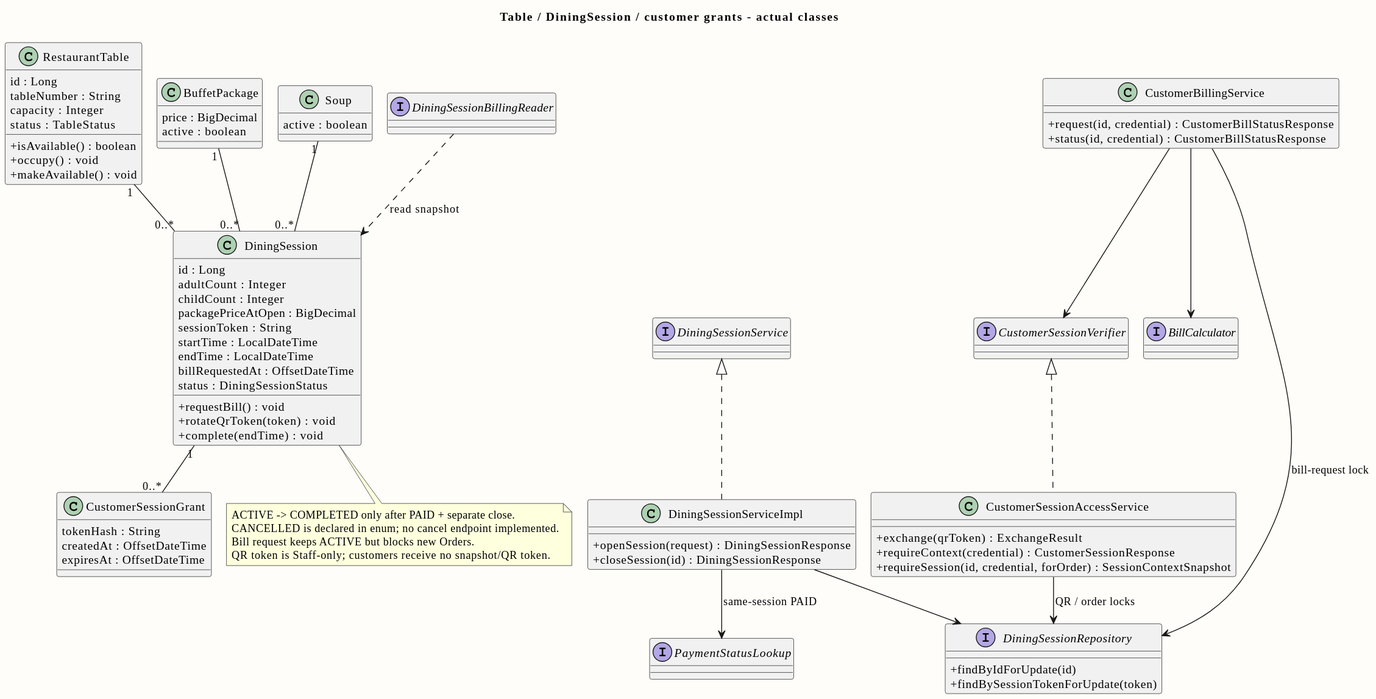
Before: doc/diagrams/previews/class-table-session.svg, a diagram exported from PlantUML (PavaritPramual/buffet-restaurant-management-system).
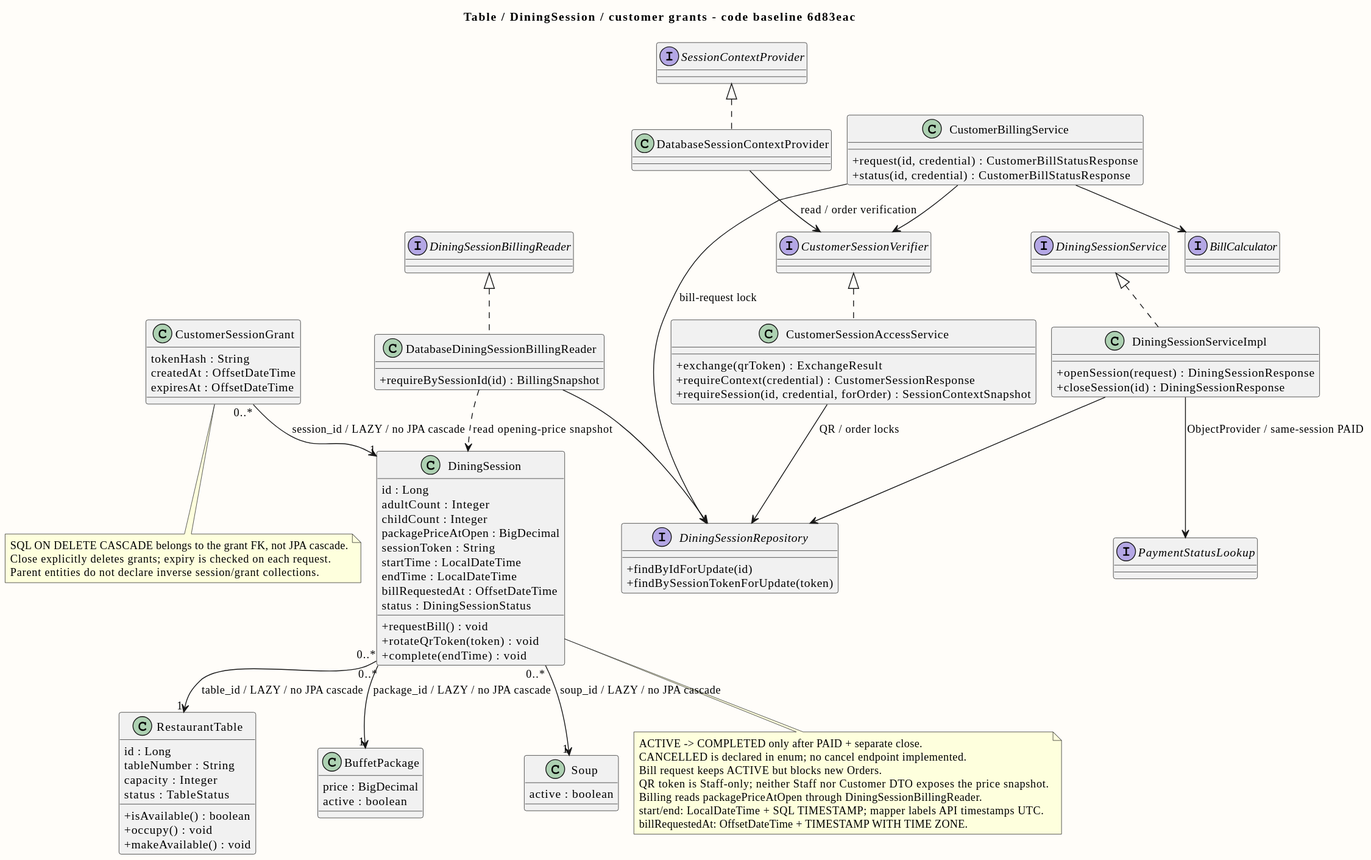
After the commit.

Commit message:
docs: reconcile Pavarit module diagrams with merged code

The edit, as a diff of the source:
```diff
@@ -4,7 +4,7 @@
 skinparam classAttributeIconSize 0
 skinparam backgroundColor #FFFDF9
 skinparam defaultFontName Tahoma
-title Table / DiningSession / customer grants - actual classes
+title Table / DiningSession / customer grants - code baseline 6d83eac
 class RestaurantTable {
  id : Long
  tableNumber : String
@@ -56,29 +56,46 @@
 }
 interface CustomerSessionVerifier
 interface BillCalculator
+class DatabaseSessionContextProvider
+interface SessionContextProvider
+SessionContextProvider <|.. DatabaseSessionContextProvider
+DatabaseSessionContextProvider --> CustomerSessionVerifier : read / order verification
 CustomerSessionVerifier <|.. CustomerSessionAccessService
 CustomerBillingService --> CustomerSessionVerifier
 CustomerBillingService --> BillCalculator
 interface DiningSessionBillingReader
+class DatabaseDiningSessionBillingReader {
+ +requireBySessionId(id) : BillingSnapshot
+}
+DiningSessionBillingReader <|.. DatabaseDiningSessionBillingReader
+DatabaseDiningSessionBillingReader --> DiningSessionRepository
 interface PaymentStatusLookup
 interface DiningSessionRepository {
  +findByIdForUpdate(id)
  +findBySessionTokenForUpdate(token)
 }
-RestaurantTable "1" -- "0..*" DiningSession
-BuffetPackage "1" -- "0..*" DiningSession
-Soup "1" -- "0..*" DiningSession
-DiningSession "1" -- "0..*" CustomerSessionGrant
+DiningSession "0..*" --> "1" RestaurantTable : table_id / LAZY / no JPA cascade
+DiningSession "0..*" --> "1" BuffetPackage : package_id / LAZY / no JPA cascade
+DiningSession "0..*" --> "1" Soup : soup_id / LAZY / no JPA cascade
+CustomerSessionGrant "0..*" --> "1" DiningSession : session_id / LAZY / no JPA cascade
 DiningSessionService <|.. DiningSessionServiceImpl
 DiningSessionServiceImpl --> DiningSessionRepository
-DiningSessionServiceImpl --> PaymentStatusLookup : same-session PAID
+DiningSessionServiceImpl --> PaymentStatusLookup : ObjectProvider / same-session PAID
 CustomerSessionAccessService --> DiningSessionRepository : QR / order locks
 CustomerBillingService --> DiningSessionRepository : bill-request lock
-DiningSessionBillingReader ..> DiningSession : read snapshot
+DatabaseDiningSessionBillingReader ..> DiningSession : read opening-price snapshot
 note bottom of DiningSession
  ACTIVE -> COMPLETED only after PAID + separate close.
  CANCELLED is declared in enum; no cancel endpoint implemented.
  Bill request keeps ACTIVE but blocks new Orders.
- QR token is Staff-only; customers receive no snapshot/QR token.
+ QR token is Staff-only; neither Staff nor Customer DTO exposes the price snapshot.
+ Billing reads packagePriceAtOpen through DiningSessionBillingReader.
+ start/end: LocalDateTime + SQL TIMESTAMP; mapper labels API timestamps UTC.
+ billRequestedAt: OffsetDateTime + TIMESTAMP WITH TIME ZONE.
+end note
+note bottom of CustomerSessionGrant
+ SQL ON DELETE CASCADE belongs to the grant FK, not JPA cascade.
+ Close explicitly deletes grants; expiry is checked on each request.
+ Parent entities do not declare inverse session/grant collections.
 end note
 @enduml
```
